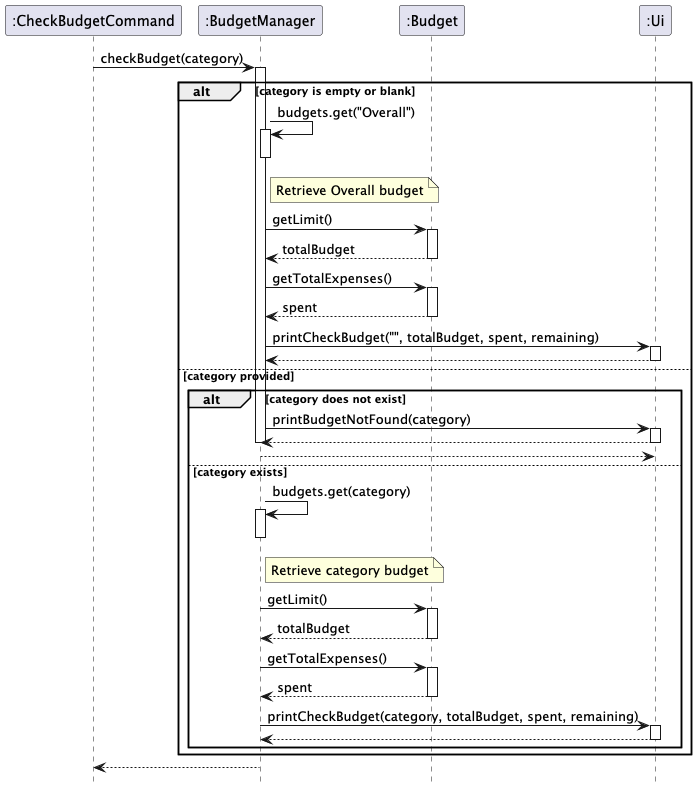
The PlantUML diagram docs/diagrams/CheckBudgetCommandSequenceDiagram.png in AY2425S2-CS2113-T12-4/tp, before a commit. Its source is kept beside it as docs/diagrams/CheckBudgetCommandSequenceDiagram.puml.
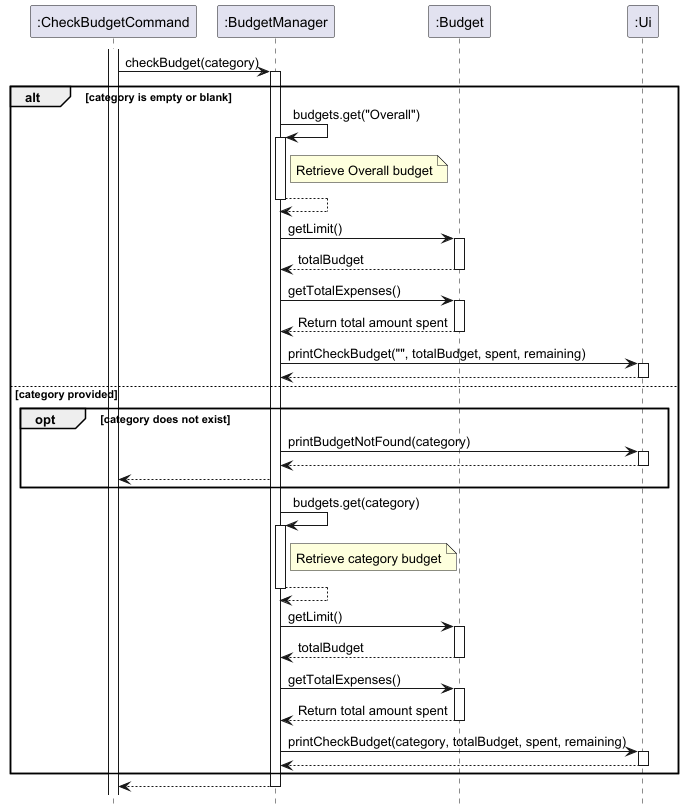
Above is the later version.

What changed in the source:
```diff
@@ -8,6 +8,7 @@
 participant ":Budget" as B
 participant ":Ui" as UI
 
+activate CBC
 CBC -> BM: checkBudget(category)
 activate BM
 
@@ -15,6 +16,7 @@
     BM -> BM: budgets.get("Overall")
     activate BM
     note right of BM: Retrieve Overall budget
+    BM --> BM
     deactivate BM
 
     BM -> B: getLimit()
@@ -24,7 +26,7 @@
 
     BM -> B: getTotalExpenses()
     activate B
-    B --> BM: spent
+    B --> BM: Return total amount spent
     deactivate B
 
     BM -> UI: printCheckBudget("", totalBudget, spent, remaining)
@@ -33,17 +35,18 @@
     deactivate UI
 
 else category provided
-    alt category does not exist
+    opt category does not exist
         BM -> UI: printBudgetNotFound(category)
         activate UI
         UI --> BM
         deactivate UI
-        deactivate BM
-        return
-    else category exists
+
+        BM --> CBC
+        end
         BM -> BM: budgets.get(category)
         activate BM
         note right of BM: Retrieve category budget
+        BM --> BM
         deactivate BM
 
         BM -> B: getLimit()
@@ -53,14 +56,14 @@
 
         BM -> B: getTotalExpenses()
         activate B
-        B --> BM: spent
+        B --> BM: Return total amount spent
         deactivate B
 
         BM -> UI: printCheckBudget(category, totalBudget, spent, remaining)
         activate UI
         UI --> BM
         deactivate UI
-    end
+
 end
 
 BM --> CBC
```
